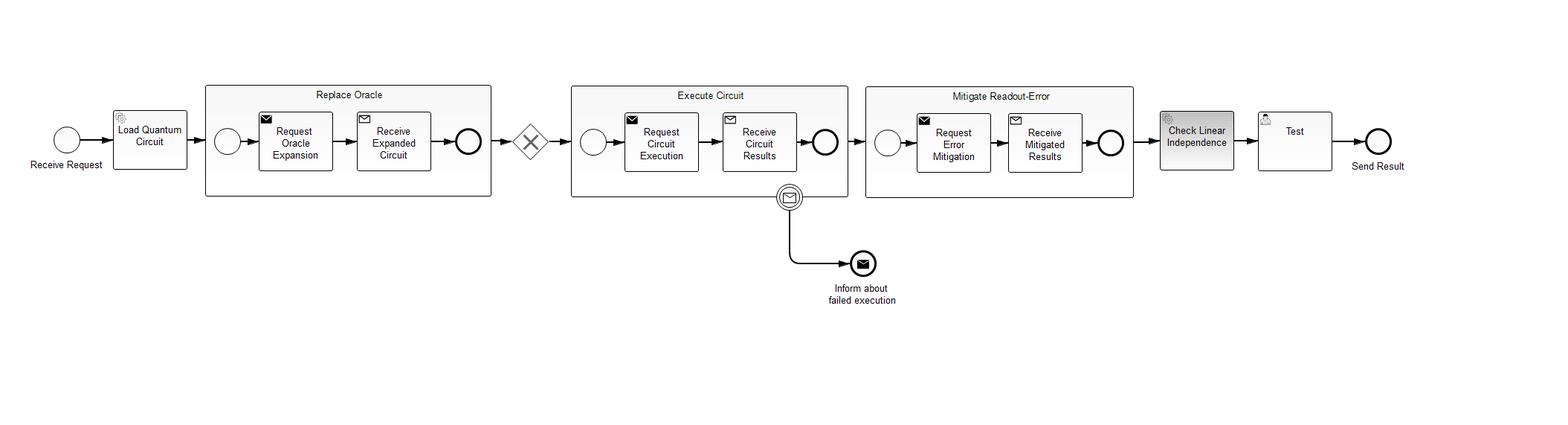
Earlier version of the BPMN export process-model/src/main/resources/simons-algorithm.png (UST-QuAntiL/QuantME-UseCases). Its source is kept beside it as process-model/src/main/resources/simons-algorithm.bpmn. Ids are renumbered.
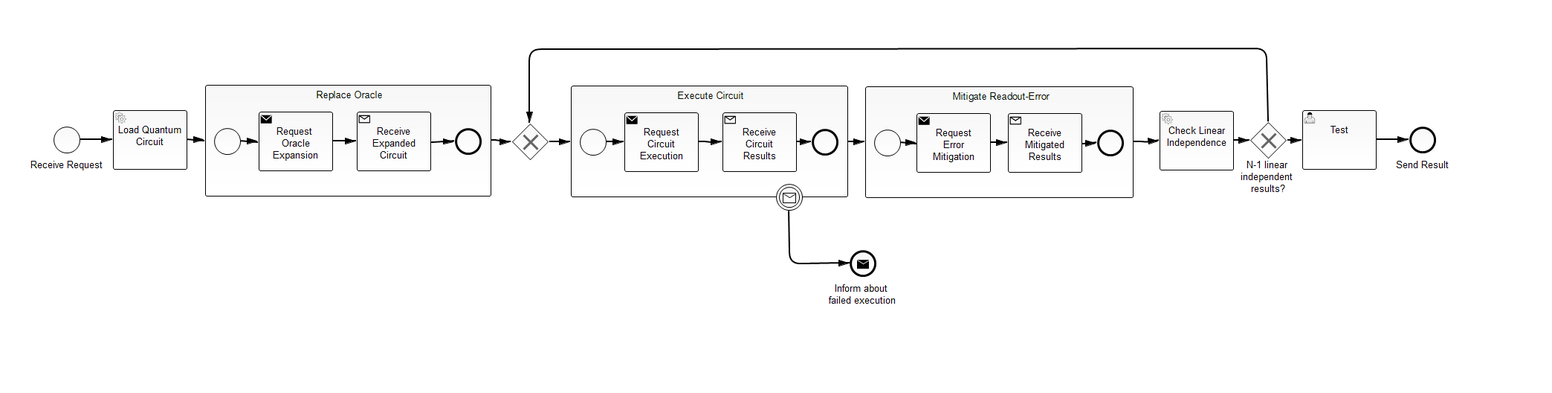
After the change.

Commit message:
Add conditions to reexecute if not enough results are available

Diff of the diagram source:
```diff
@@ -138,6 +138,7 @@
     <bpmn2:sequenceFlow id="SequenceFlow_19" name="" sourceRef="SubProcess_1" targetRef="ExclusiveGateway_1"/>
     <bpmn2:exclusiveGateway id="ExclusiveGateway_1">
       <bpmn2:incoming>SequenceFlow_19</bpmn2:incoming>
+      <bpmn2:incoming>SequenceFlow_16</bpmn2:incoming>
       <bpmn2:outgoing>SequenceFlow_18</bpmn2:outgoing>
     </bpmn2:exclusiveGateway>
     <bpmn2:sequenceFlow id="SequenceFlow_18" name="" sourceRef="ExclusiveGateway_1" targetRef="SubProcess_2"/>
@@ -150,15 +151,26 @@
       <bpmn2:incoming>SequenceFlow_15</bpmn2:incoming>
       <bpmn2:outgoing>SequenceFlow_20</bpmn2:outgoing>
     </bpmn2:serviceTask>
-    <bpmn2:sequenceFlow id="SequenceFlow_20" name="" sourceRef="ServiceTask_2" targetRef="UserTask_1"/>
+    <bpmn2:sequenceFlow id="SequenceFlow_20" name="" sourceRef="ServiceTask_2" targetRef="ExclusiveGateway_2"/>
+    <bpmn2:endEvent id="EndEvent_1" name="Send Result">
+      <bpmn2:incoming>SequenceFlow_2</bpmn2:incoming>
+    </bpmn2:endEvent>
     <bpmn2:userTask id="UserTask_1" camunda:assignee="TestUser" name="Test">
-      <bpmn2:incoming>SequenceFlow_20</bpmn2:incoming>
+      <bpmn2:incoming>SequenceFlow_4</bpmn2:incoming>
       <bpmn2:outgoing>SequenceFlow_2</bpmn2:outgoing>
     </bpmn2:userTask>
     <bpmn2:sequenceFlow id="SequenceFlow_2" name="" sourceRef="UserTask_1" targetRef="EndEvent_1"/>
-    <bpmn2:endEvent id="EndEvent_1" name="Send Result">
-      <bpmn2:incoming>SequenceFlow_2</bpmn2:incoming>
-    </bpmn2:endEvent>
+    <bpmn2:exclusiveGateway id="ExclusiveGateway_2" name="N-1 linear &#xD;&#xA;independent &#xD;&#xA;results?">
+      <bpmn2:incoming>SequenceFlow_20</bpmn2:incoming>
+      <bpmn2:outgoing>SequenceFlow_4</bpmn2:outgoing>
+      <bpmn2:outgoing>SequenceFlow_16</bpmn2:outgoing>
+    </bpmn2:exclusiveGateway>
+    <bpmn2:sequenceFlow id="SequenceFlow_4" name="" sourceRef="ExclusiveGateway_2" targetRef="UserTask_1">
+      <bpmn2:conditionExpression xsi:type="bpmn2:tFormalExpression">${status == 'complete'}</bpmn2:conditionExpression>
+    </bpmn2:sequenceFlow>
+    <bpmn2:sequenceFlow id="SequenceFlow_16" name="" sourceRef="ExclusiveGateway_2" targetRef="ExclusiveGateway_1">
+      <bpmn2:conditionExpression xsi:type="bpmn2:tFormalExpression">${status == 'incomplete'}</bpmn2:conditionExpression>
+    </bpmn2:sequenceFlow>
   </bpmn2:process>
   <bpmn2:message id="Message_n4" name="requestOracleExpansionTask_${execution.processInstanceId}"/>
   <bpmn2:message id="Message_n1" name="requestCircuitExecutionTask_${execution.processInstanceId}"/>
@@ -173,12 +185,12 @@
         </bpmndi:BPMNLabel>
       </bpmndi:BPMNShape>
       <bpmndi:BPMNShape id="_BPMNShape_UserTask_2" bpmnElement="UserTask_1">
-        <dc:Bounds height="80.0" width="100.0" x="1692.0" y="150.0"/>
+        <dc:Bounds height="80.0" width="100.0" x="1752.0" y="148.0"/>
       </bpmndi:BPMNShape>
       <bpmndi:BPMNShape id="_BPMNShape_EndEvent_2" bpmnElement="EndEvent_1">
-        <dc:Bounds height="36.0" width="36.0" x="1836.0" y="172.0"/>
+        <dc:Bounds height="36.0" width="36.0" x="1896.0" y="170.0"/>
         <bpmndi:BPMNLabel>
-          <dc:Bounds height="22.0" width="77.0" x="1816.0" y="213.0"/>
+          <dc:Bounds height="22.0" width="77.0" x="1876.0" y="211.0"/>
         </bpmndi:BPMNLabel>
       </bpmndi:BPMNShape>
       <bpmndi:BPMNEdge id="BPMNEdge_SequenceFlow_1" bpmnElement="SequenceFlow_1" sourceElement="_BPMNShape_StartEvent_2" targetElement="_BPMNShape_ServiceTask_2">
@@ -189,10 +201,10 @@
         </bpmndi:BPMNLabel>
       </bpmndi:BPMNEdge>
       <bpmndi:BPMNEdge id="BPMNEdge_SequenceFlow_2" bpmnElement="SequenceFlow_2" sourceElement="_BPMNShape_UserTask_2" targetElement="_BPMNShape_EndEvent_2">
-        <di:waypoint xsi:type="dc:Point" x="1792.0" y="190.0"/>
-        <di:waypoint xsi:type="dc:Point" x="1836.0" y="190.0"/>
+        <di:waypoint xsi:type="dc:Point" x="1852.0" y="188.0"/>
+        <di:waypoint xsi:type="dc:Point" x="1896.0" y="188.0"/>
         <bpmndi:BPMNLabel>
-          <dc:Bounds height="6.0" width="6.0" x="1811.0" y="190.0"/>
+          <dc:Bounds height="6.0" width="6.0" x="1931.0" y="186.0"/>
         </bpmndi:BPMNLabel>
       </bpmndi:BPMNEdge>
       <bpmndi:BPMNShape id="_BPMNShape_ServiceTask_2" bpmnElement="ServiceTask_1">
@@ -391,11 +403,33 @@
       <bpmndi:BPMNShape id="_BPMNShape_ServiceTask_3" bpmnElement="ServiceTask_2">
         <dc:Bounds height="80.0" width="100.0" x="1560.0" y="149.0"/>
       </bpmndi:BPMNShape>
-      <bpmndi:BPMNEdge id="BPMNEdge_SequenceFlow_20" bpmnElement="SequenceFlow_20" sourceElement="_BPMNShape_ServiceTask_3" targetElement="_BPMNShape_UserTask_2">
-        <di:waypoint xsi:type="dc:Point" x="1660.0" y="189.0"/>
-        <di:waypoint xsi:type="dc:Point" x="1692.0" y="190.0"/>
+      <bpmndi:BPMNEdge id="BPMNEdge_SequenceFlow_20" bpmnElement="SequenceFlow_20" sourceElement="_BPMNShape_ServiceTask_3" targetElement="_BPMNShape_ExclusiveGateway_3">
+        <di:waypoint xsi:type="dc:Point" x="1660.0" y="188.0"/>
+        <di:waypoint xsi:type="dc:Point" x="1681.0" y="188.0"/>
         <bpmndi:BPMNLabel>
-          <dc:Bounds height="6.0" width="6.0" x="1673.0" y="190.0"/>
+          <dc:Bounds height="6.0" width="6.0" x="1669.0" y="188.0"/>
+        </bpmndi:BPMNLabel>
+      </bpmndi:BPMNEdge>
+      <bpmndi:BPMNShape id="_BPMNShape_ExclusiveGateway_3" bpmnElement="ExclusiveGateway_2" isMarkerVisible="true">
+        <dc:Bounds height="50.0" width="50.0" x="1681.0" y="163.0"/>
+        <bpmndi:BPMNLabel>
+          <dc:Bounds height="54.0" width="90.0" x="1662.0" y="211.0"/>
+        </bpmndi:BPMNLabel>
+      </bpmndi:BPMNShape>
+      <bpmndi:BPMNEdge id="BPMNEdge_SequenceFlow_4" bpmnElement="SequenceFlow_4" sourceElement="_BPMNShape_ExclusiveGateway_3" targetElement="_BPMNShape_UserTask_2">
+        <di:waypoint xsi:type="dc:Point" x="1731.0" y="188.0"/>
+        <di:waypoint xsi:type="dc:Point" x="1752.0" y="188.0"/>
+        <bpmndi:BPMNLabel>
+          <dc:Bounds height="6.0" width="6.0" x="1739.0" y="188.0"/>
+        </bpmndi:BPMNLabel>
+      </bpmndi:BPMNEdge>
+      <bpmndi:BPMNEdge id="BPMNEdge_SequenceFlow_16" bpmnElement="SequenceFlow_16" sourceElement="_BPMNShape_ExclusiveGateway_3" targetElement="_BPMNShape_ExclusiveGateway_2">
+        <di:waypoint xsi:type="dc:Point" x="1706.0" y="163.0"/>
+        <di:waypoint xsi:type="dc:Point" x="1704.0" y="65.0"/>
+        <di:waypoint xsi:type="dc:Point" x="712.0" y="66.0"/>
+        <di:waypoint xsi:type="dc:Point" x="713.0" y="165.0"/>
+        <bpmndi:BPMNLabel>
+          <dc:Bounds height="6.0" width="6.0" x="1326.0" y="65.0"/>
         </bpmndi:BPMNLabel>
       </bpmndi:BPMNEdge>
     </bpmndi:BPMNPlane>
```
